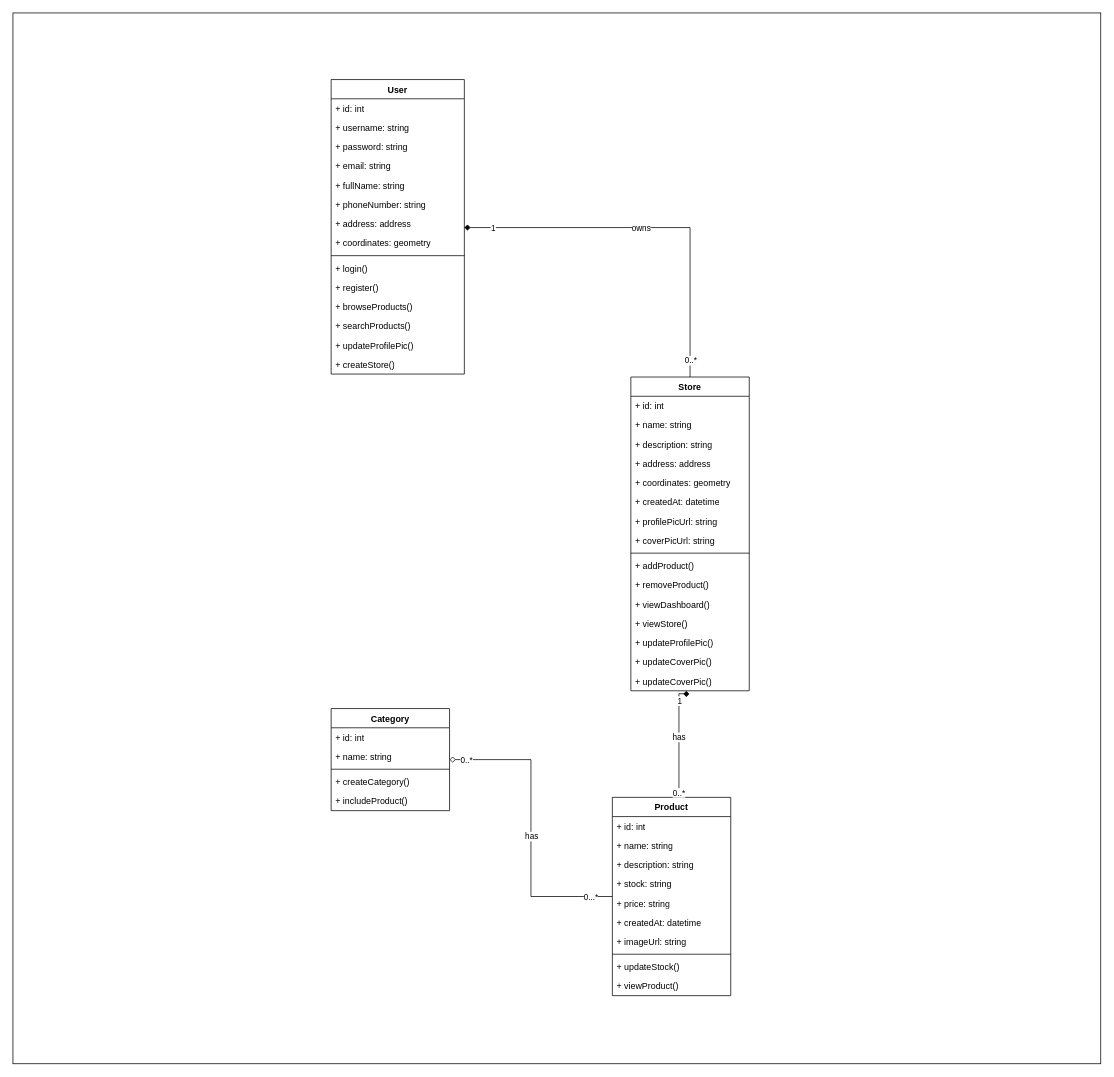
This is page "Class Diagram (Store)" (4 of 4) of E-Commerce API Use-case diagram.drawio from RHILIUS/drawio, a draw.io file, before an edit. Source tidied: cells renumbered, new cells numbered last; positions are measured from the earlier drawing's top-left corner, leaving out a move shared by most shapes. Both pictures are drawn from the tidied source at 74%, with x=0, y=0 at pixel (13, 13).
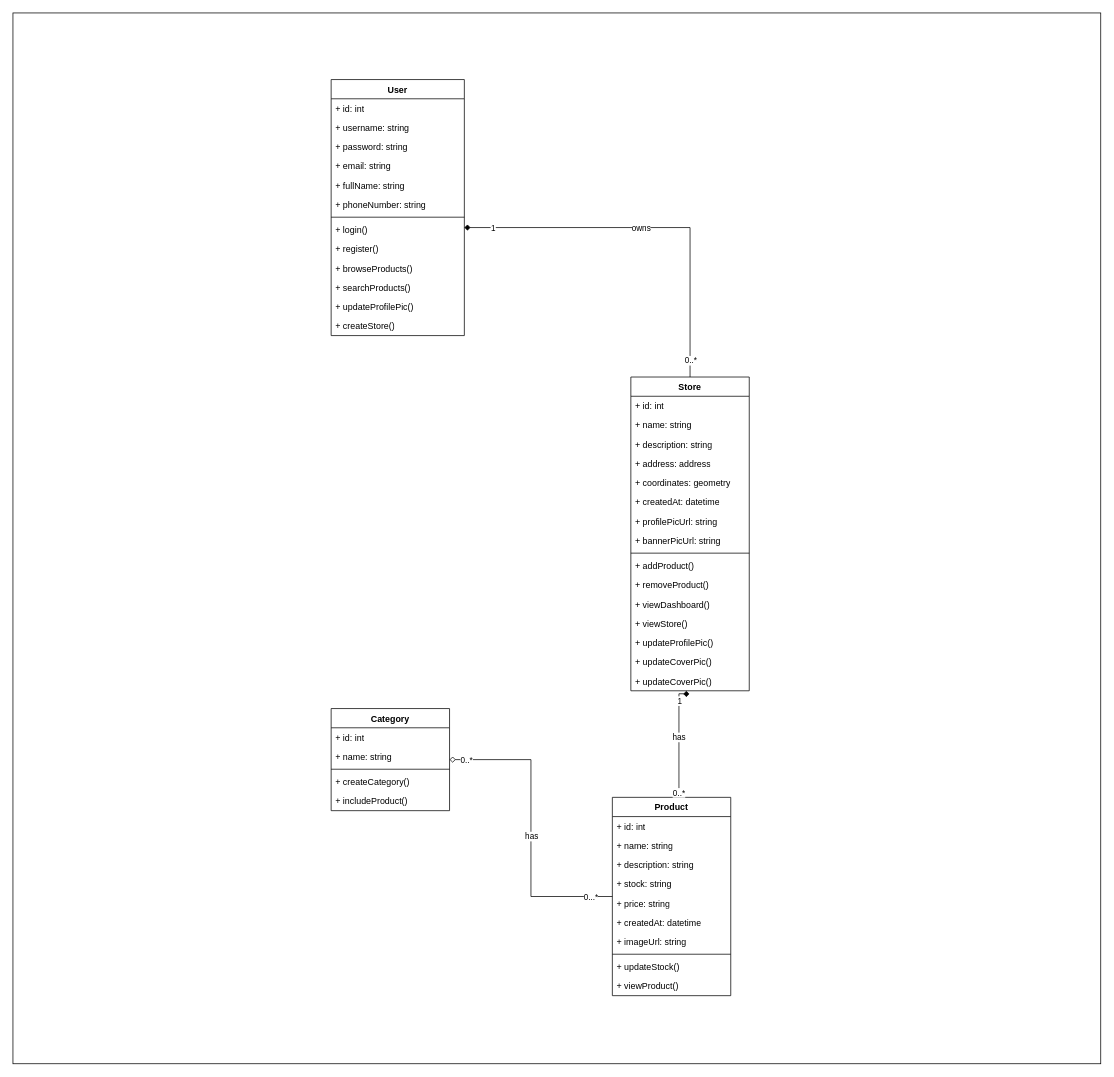
The same page after the edit.

Commit message (it also covers changes not shown here):
feat: rename coverPicURL field to bannerPicURL

The change refers to these unchanged cells:
```xml
<mxCell id="3" value="Store" style="swimlane;fontStyle=1;align=center;verticalAlign=top;horizontal=1;startSize=26;whiteSpace=wrap;html=1;" parent="1" vertex="1">
  <mxGeometry x="835" y="492" width="160" height="424" as="geometry" />
</mxCell>
```

What changed in the source:
```diff
@@
-    <mxCell id="11" value="+ coverPicUrl: string" style="text;strokeColor=none;fillColor=none;align=left;verticalAlign=top;spacingLeft=4;spacingRight=4;overflow=hidden;whiteSpace=wrap;html=1;" parent="3" vertex="1">
+    <mxCell id="11" value="+ bannerPicUrl: string" style="text;strokeColor=none;fillColor=none;align=left;verticalAlign=top;spacingLeft=4;spacingRight=4;overflow=hidden;whiteSpace=wrap;html=1;" parent="3" vertex="1">
       <mxGeometry y="208" width="160" height="26" as="geometry" />
     </mxCell>
@@
     <mxCell id="39" value="User" style="swimlane;fontStyle=1;align=center;verticalAlign=top;horizontal=1;startSize=26;whiteSpace=wrap;html=1;" parent="1" vertex="1">
-      <mxGeometry x="430" y="90" width="180" height="398" as="geometry" />
+      <mxGeometry x="430" y="90" width="180" height="346" as="geometry" />
     </mxCell>
@@
-    <mxCell id="46" value="+ address: address" style="text;strokeColor=none;fillColor=none;align=left;verticalAlign=top;spacingLeft=4;spacingRight=4;overflow=hidden;whiteSpace=wrap;html=1;" parent="39" vertex="1">
-      <mxGeometry y="182" width="180" height="26" as="geometry" />
-    </mxCell>
-    <mxCell id="47" value="+ coordinates: geometry" style="text;strokeColor=none;fillColor=none;align=left;verticalAlign=top;spacingLeft=4;spacingRight=4;overflow=hidden;whiteSpace=wrap;html=1;" parent="39" vertex="1">
-      <mxGeometry y="208" width="180" height="26" as="geometry" />
-    </mxCell>
     <mxCell id="48" style="line;strokeWidth=1;fillColor=none;align=left;verticalAlign=middle;spacingTop=-1;spacingLeft=3;spacingRight=3;labelPosition=right;strokeColor=inherit;" parent="39" vertex="1">
-      <mxGeometry y="234" width="180" height="8" as="geometry" />
+      <mxGeometry y="182" width="180" height="8" as="geometry" />
     </mxCell>
     <mxCell id="49" value="+ login()" style="text;strokeColor=none;fillColor=none;align=left;verticalAlign=top;spacingLeft=4;spacingRight=4;overflow=hidden;whiteSpace=wrap;html=1;" parent="39" vertex="1">
-      <mxGeometry y="242" width="180" height="26" as="geometry" />
+      <mxGeometry y="190" width="180" height="26" as="geometry" />
     </mxCell>
     <mxCell id="50" value="+ register()" style="text;strokeColor=none;fillColor=none;align=left;verticalAlign=top;spacingLeft=4;spacingRight=4;overflow=hidden;whiteSpace=wrap;html=1;" parent="39" vertex="1">
-      <mxGeometry y="268" width="180" height="26" as="geometry" />
+      <mxGeometry y="216" width="180" height="26" as="geometry" />
     </mxCell>
     <mxCell id="51" value="+ browseProducts()" style="text;strokeColor=none;fillColor=none;align=left;verticalAlign=top;spacingLeft=4;spacingRight=4;overflow=hidden;whiteSpace=wrap;html=1;" parent="39" vertex="1">
-      <mxGeometry y="294" width="180" height="26" as="geometry" />
+      <mxGeometry y="242" width="180" height="26" as="geometry" />
     </mxCell>
     <mxCell id="52" value="+ searchProducts()" style="text;strokeColor=none;fillColor=none;align=left;verticalAlign=top;spacingLeft=4;spacingRight=4;overflow=hidden;whiteSpace=wrap;html=1;" parent="39" vertex="1">
-      <mxGeometry y="320" width="180" height="26" as="geometry" />
+      <mxGeometry y="268" width="180" height="26" as="geometry" />
     </mxCell>
     <mxCell id="53" value="+ updateProfilePic()" style="text;strokeColor=none;fillColor=none;align=left;verticalAlign=top;spacingLeft=4;spacingRight=4;overflow=hidden;whiteSpace=wrap;html=1;" parent="39" vertex="1">
-      <mxGeometry y="346" width="180" height="26" as="geometry" />
+      <mxGeometry y="294" width="180" height="26" as="geometry" />
     </mxCell>
     <mxCell id="54" value="+ createStore()" style="text;strokeColor=none;fillColor=none;align=left;verticalAlign=top;spacingLeft=4;spacingRight=4;overflow=hidden;whiteSpace=wrap;html=1;" parent="39" vertex="1">
-      <mxGeometry y="372" width="180" height="26" as="geometry" />
+      <mxGeometry y="320" width="180" height="26" as="geometry" />
     </mxCell>
```
